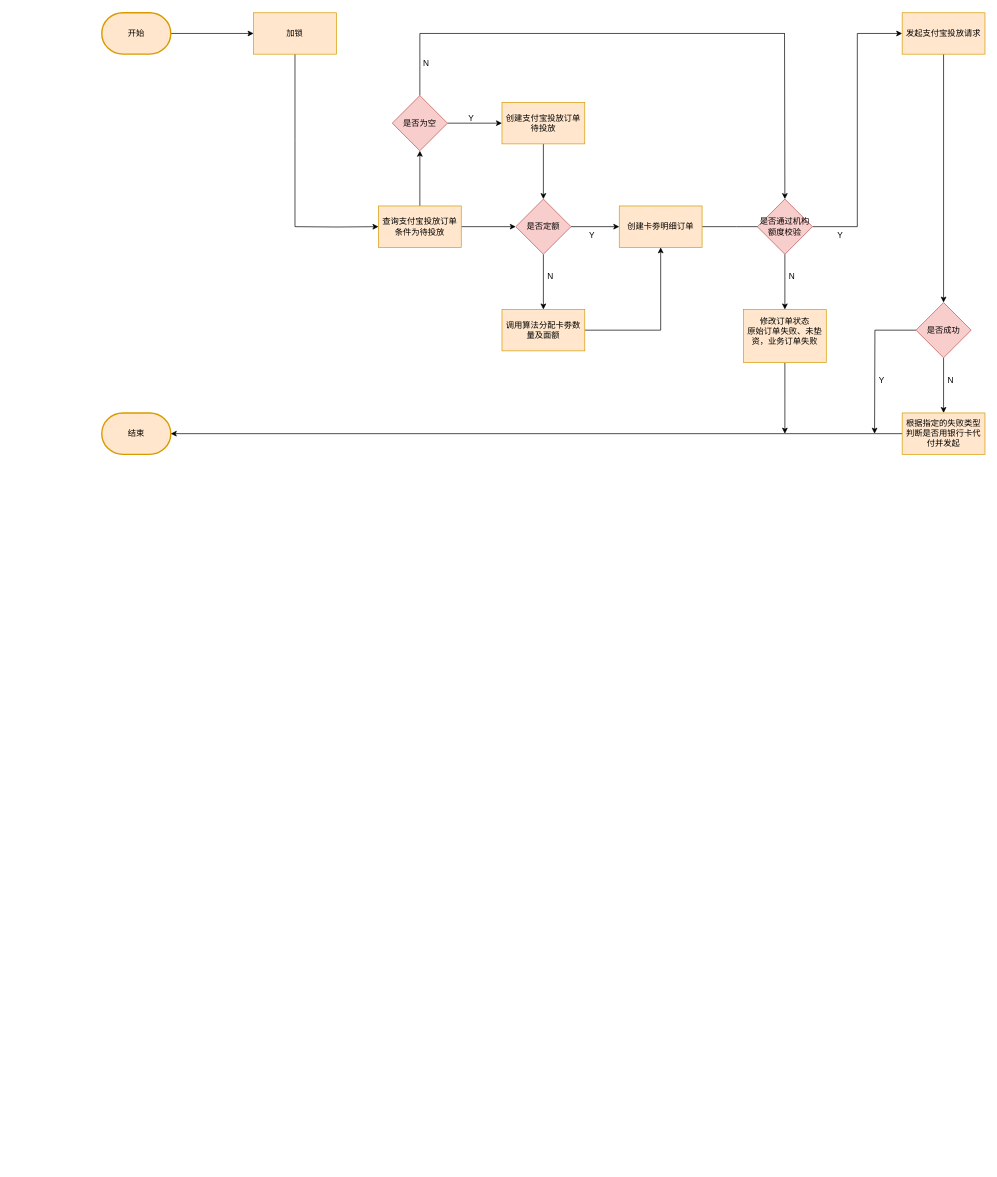
Above: 支付宝投放流程.drawio in Jie33/draw (draw.io), before the change. Source tidied: cells renumbered, new cells numbered last; positions are measured from the earlier drawing's top-left corner, leaving out a move shared by most shapes. Both pictures are drawn from the tidied source at 69%, with x=0, y=0 at pixel (101, 12).
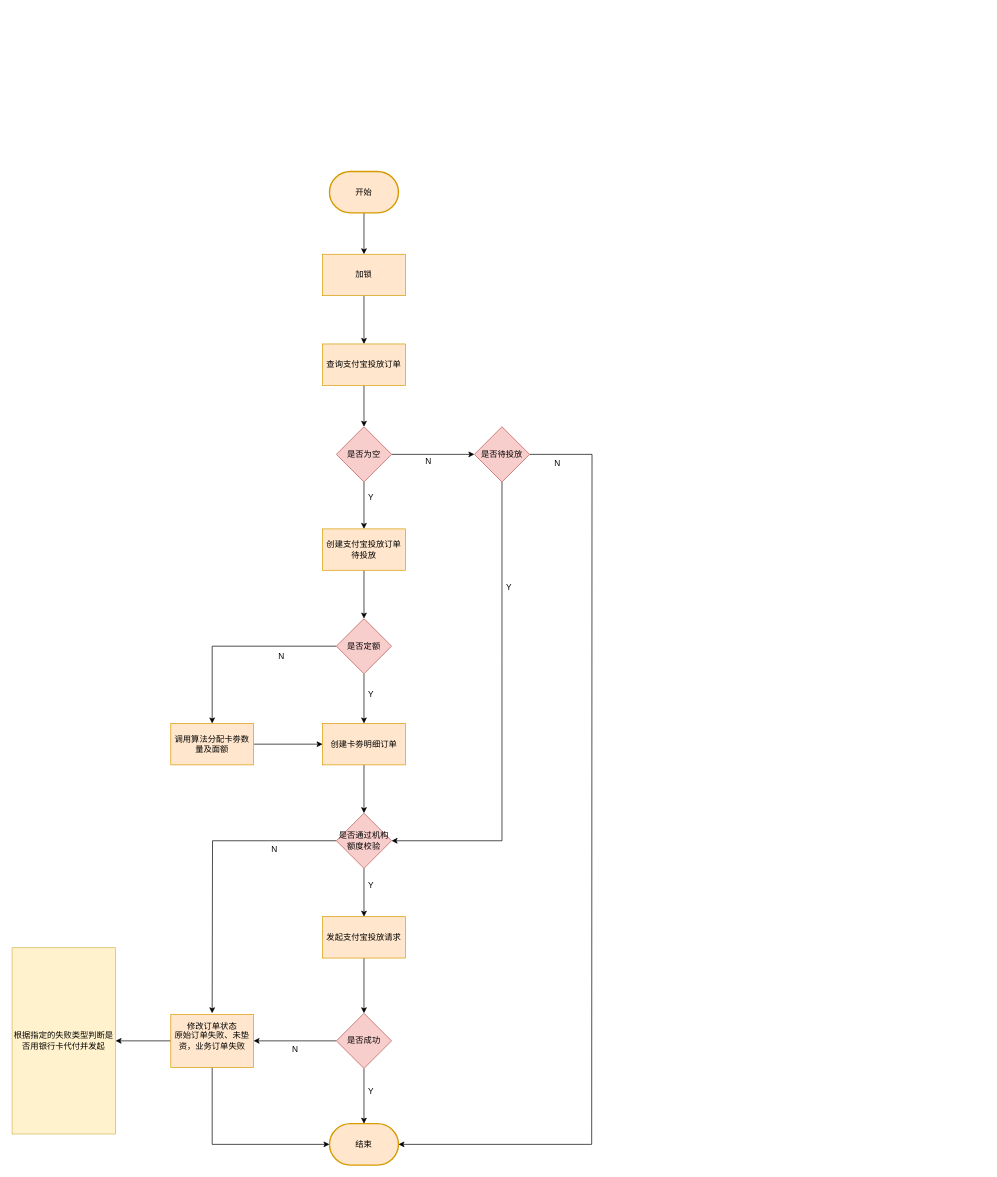
The same page after the edit.

Commit message:
更新支付宝投放流程.drawio

Change to the diagram source:
```diff
@@
     <mxCell id="3" value="开始" style="strokeWidth=2;html=1;shape=mxgraph.flowchart.terminator;whiteSpace=wrap;fillColor=#ffe6cc;strokeColor=#d79b00;" parent="1" vertex="1">
-      <mxGeometry width="100" height="60" as="geometry" />
+      <mxGeometry x="330" y="230" width="100" height="60" as="geometry" />
     </mxCell>
-    <mxCell id="4" style="edgeStyle=orthogonalEdgeStyle;rounded=0;jettySize=auto;html=1;" parent="1" edge="1" source="6" target="11">
-      <mxGeometry relative="1" as="geometry" />
-    </mxCell>
@@
-    <mxCell id="6" value="查询支付宝投放订单&lt;div&gt;条件为待投放&lt;/div&gt;" style="rounded=0;whiteSpace=wrap;html=1;fillColor=#ffe6cc;strokeColor=#d79b00;" parent="1" vertex="1">
-      <mxGeometry x="401" y="280" width="120" height="60" as="geometry" />
+    <mxCell id="6" value="查询支付宝投放订单" style="rounded=0;whiteSpace=wrap;html=1;fillColor=#ffe6cc;strokeColor=#d79b00;" parent="1" vertex="1">
+      <mxGeometry x="320" y="480" width="120" height="60" as="geometry" />
     </mxCell>
-    <mxCell id="7" style="edgeStyle=orthogonalEdgeStyle;rounded=0;jettySize=auto;html=1;" parent="1" edge="1" source="8">
-      <mxGeometry relative="1" as="geometry">
-        <mxPoint x="970" y="310" as="targetPoint" />
-      </mxGeometry>
-    </mxCell>
+    <mxCell id="45" style="edgeStyle=orthogonalEdgeStyle;rounded=0;jettySize=auto;html=1;" parent="1" edge="1" source="8" target="17">
+      <mxGeometry relative="1" as="geometry" />
+    </mxCell>
     <mxCell id="8" value="创建卡劵明细订单" style="rounded=0;whiteSpace=wrap;html=1;fillColor=#ffe6cc;strokeColor=#d79b00;" parent="1" vertex="1">
-      <mxGeometry x="750" y="280" width="120" height="60" as="geometry" />
+      <mxGeometry x="320" y="1030" width="120" height="60" as="geometry" />
     </mxCell>
@@
-    <mxCell id="10" style="edgeStyle=orthogonalEdgeStyle;rounded=0;jettySize=auto;html=1;" parent="1" edge="1" source="11" target="13">
+    <mxCell id="10" style="edgeStyle=orthogonalEdgeStyle;rounded=0;jettySize=auto;html=1;entryX=0.5;entryY=0;entryDx=0;entryDy=0;elbow=vertical;" parent="1" edge="1" source="11" target="13">
       <mxGeometry relative="1" as="geometry" />
     </mxCell>
     <mxCell id="11" value="是否定额" style="rhombus;whiteSpace=wrap;html=1;fillColor=#f8cecc;strokeColor=#b85450;" parent="1" vertex="1">
-      <mxGeometry x="600" y="270" width="80" height="80" as="geometry" />
+      <mxGeometry x="340" y="878" width="80" height="80" as="geometry" />
     </mxCell>
-    <mxCell id="12" style="edgeStyle=orthogonalEdgeStyle;rounded=0;jettySize=auto;html=1;" parent="1" edge="1" source="13" target="8">
+    <mxCell id="12" style="edgeStyle=orthogonalEdgeStyle;rounded=0;jettySize=auto;html=1;entryX=0;entryY=0.5;entryDx=0;entryDy=0;elbow=vertical;" parent="1" edge="1" source="13" target="8">
       <mxGeometry relative="1" as="geometry" />
     </mxCell>
     <mxCell id="13" value="调用算法分配卡劵数量及面额" style="rounded=0;whiteSpace=wrap;html=1;fillColor=#ffe6cc;strokeColor=#d79b00;" parent="1" vertex="1">
-      <mxGeometry x="580" y="430" width="120" height="60" as="geometry" />
+      <mxGeometry x="100" y="1030" width="120" height="60" as="geometry" />
     </mxCell>
     <mxCell id="14" value="结束" style="strokeWidth=2;html=1;shape=mxgraph.flowchart.terminator;whiteSpace=wrap;fillColor=#ffe6cc;strokeColor=#d79b00;" parent="1" vertex="1">
-      <mxGeometry y="580" width="100" height="60" as="geometry" />
+      <mxGeometry x="330" y="1610" width="100" height="60" as="geometry" />
     </mxCell>
-    <mxCell id="15" style="edgeStyle=orthogonalEdgeStyle;rounded=0;jettySize=auto;html=1;" parent="1" edge="1" source="17" target="25">
-      <mxGeometry relative="1" as="geometry" />
-    </mxCell>
-    <mxCell id="16" style="edgeStyle=orthogonalEdgeStyle;rounded=0;jettySize=auto;html=1;entryX=0;entryY=0.5;entryDx=0;entryDy=0;" parent="1" edge="1" source="17" target="19">
+    <mxCell id="16" style="edgeStyle=orthogonalEdgeStyle;rounded=0;jettySize=auto;html=1;" parent="1" edge="1" source="17" target="19">
       <mxGeometry relative="1" as="geometry" />
     </mxCell>
+    <mxCell id="46" style="edgeStyle=orthogonalEdgeStyle;rounded=0;jettySize=auto;html=1;elbow=vertical;" parent="1" edge="1" source="17">
+      <mxGeometry relative="1" as="geometry">
+        <mxPoint x="160" y="1450" as="targetPoint" />
+      </mxGeometry>
+    </mxCell>
     <mxCell id="17" value="是否通过机构额度校验" style="rhombus;whiteSpace=wrap;html=1;fillColor=#f8cecc;strokeColor=#b85450;" parent="1" vertex="1">
-      <mxGeometry x="950" y="270" width="80" height="80" as="geometry" />
+      <mxGeometry x="340" y="1160" width="80" height="80" as="geometry" />
     </mxCell>
@@
     <mxCell id="19" value="发起支付宝投放请求" style="rounded=0;whiteSpace=wrap;html=1;fillColor=#ffe6cc;strokeColor=#d79b00;" parent="1" vertex="1">
-      <mxGeometry x="1160" width="120" height="60" as="geometry" />
+      <mxGeometry x="320" y="1310" width="120" height="60" as="geometry" />
     </mxCell>
-    <mxCell id="20" style="endArrow=classic;html=1;rounded=0;entryX=1;entryY=0.5;entryDx=0;entryDy=0;entryPerimeter=0;exitX=0;exitY=0.5;exitDx=0;exitDy=0;" parent="1" edge="1" source="38" target="14">
-      <mxGeometry relative="1" as="geometry" />
-    </mxCell>
-    <mxCell id="21" style="edgeStyle=orthogonalEdgeStyle;rounded=0;jettySize=auto;html=1;endArrow=none;endFill=0;" parent="1" edge="1" source="22">
-      <mxGeometry relative="1" as="geometry">
-        <mxPoint x="280" y="310" as="targetPoint" />
-      </mxGeometry>
-    </mxCell>
+    <mxCell id="47" style="edgeStyle=orthogonalEdgeStyle;rounded=0;jettySize=auto;html=1;" parent="1" edge="1" source="22" target="6">
+      <mxGeometry relative="1" as="geometry" />
+    </mxCell>
     <mxCell id="22" value="加锁" style="rounded=0;whiteSpace=wrap;html=1;fillColor=#ffe6cc;strokeColor=#d79b00;" parent="1" vertex="1">
-      <mxGeometry x="220" width="120" height="60" as="geometry" />
+      <mxGeometry x="320" y="350" width="120" height="60" as="geometry" />
     </mxCell>
-    <mxCell id="23" style="edgeStyle=orthogonalEdgeStyle;rounded=0;jettySize=auto;html=1;" parent="1" edge="1" target="6">
-      <mxGeometry relative="1" as="geometry">
-        <mxPoint x="280" y="310" as="sourcePoint" />
-      </mxGeometry>
-    </mxCell>
-    <mxCell id="24" style="edgeStyle=orthogonalEdgeStyle;rounded=0;jettySize=auto;html=1;" parent="1" edge="1" source="25">
-      <mxGeometry relative="1" as="geometry">
-        <mxPoint x="990" y="610" as="targetPoint" />
-      </mxGeometry>
-    </mxCell>
+    <mxCell id="48" style="edgeStyle=orthogonalEdgeStyle;rounded=0;jettySize=auto;html=1;elbow=vertical;endArrow=none;endFill=0;" parent="1" edge="1" source="25">
+      <mxGeometry relative="1" as="geometry">
+        <mxPoint x="160" y="1640" as="targetPoint" />
+      </mxGeometry>
+    </mxCell>
+    <mxCell id="49" style="edgeStyle=orthogonalEdgeStyle;rounded=0;jettySize=auto;html=1;elbow=vertical;" parent="1" edge="1" source="25" target="38">
+      <mxGeometry relative="1" as="geometry" />
+    </mxCell>
     <mxCell id="25" value="修改订单状态&lt;div&gt;原始订单失败、未垫资，&lt;span style=&quot;background-color: initial;&quot;&gt;业务订单失败&lt;/span&gt;&lt;/div&gt;&lt;div&gt;&lt;br&gt;&lt;/div&gt;" style="rounded=0;whiteSpace=wrap;html=1;fillColor=#ffe6cc;strokeColor=#d79b00;" parent="1" vertex="1">
-      <mxGeometry x="930" y="430" width="120" height="77" as="geometry" />
+      <mxGeometry x="100" y="1451.5" width="120" height="77" as="geometry" />
     </mxCell>
@@
     <mxCell id="27" value="&lt;div&gt;创建支付宝投放订单&lt;/div&gt;&lt;span style=&quot;background-color: initial;&quot;&gt;待投放&lt;/span&gt;" style="rounded=0;whiteSpace=wrap;html=1;fillColor=#ffe6cc;strokeColor=#d79b00;" parent="1" vertex="1">
-      <mxGeometry x="580" y="130" width="120" height="60" as="geometry" />
+      <mxGeometry x="320" y="748" width="120" height="60" as="geometry" />
     </mxCell>
@@
-    <mxCell id="29" style="edgeStyle=orthogonalEdgeStyle;rounded=0;jettySize=auto;html=1;endArrow=none;endFill=0;" parent="1" edge="1" source="30">
-      <mxGeometry relative="1" as="geometry">
-        <mxPoint x="461" y="30" as="targetPoint" />
-      </mxGeometry>
-    </mxCell>
+    <mxCell id="50" style="edgeStyle=orthogonalEdgeStyle;rounded=0;jettySize=auto;html=1;entryX=0;entryY=0.5;entryDx=0;entryDy=0;" parent="1" edge="1" source="30" target="55">
+      <mxGeometry relative="1" as="geometry" />
+    </mxCell>
     <mxCell id="30" value="是否为空" style="rhombus;whiteSpace=wrap;html=1;fillColor=#f8cecc;strokeColor=#b85450;" parent="1" vertex="1">
-      <mxGeometry x="421" y="120" width="80" height="80" as="geometry" />
+      <mxGeometry x="340" y="600" width="80" height="80" as="geometry" />
     </mxCell>
-    <mxCell id="31" value="Y" style="text;html=1;align=center;verticalAlign=middle;strokeColor=none;fillColor=none;" parent="1" vertex="1">
-      <mxGeometry x="695" y="308" width="30" height="30" as="geometry" />
-    </mxCell>
-    <mxCell id="32" value="N" style="text;html=1;align=center;verticalAlign=middle;strokeColor=none;fillColor=none;" parent="1" vertex="1">
-      <mxGeometry x="635" y="368" width="30" height="30" as="geometry" />
-    </mxCell>
-    <mxCell id="33" value="Y" style="text;html=1;align=center;verticalAlign=middle;strokeColor=none;fillColor=none;" parent="1" vertex="1">
-      <mxGeometry x="1055" y="308" width="30" height="30" as="geometry" />
-    </mxCell>
-    <mxCell id="34" value="N" style="text;html=1;align=center;verticalAlign=middle;strokeColor=none;fillColor=none;" parent="1" vertex="1">
-      <mxGeometry x="985" y="368" width="30" height="30" as="geometry" />
-    </mxCell>
-    <mxCell id="35" style="edgeStyle=orthogonalEdgeStyle;rounded=0;jettySize=auto;html=1;" parent="1" edge="1" source="37">
-      <mxGeometry relative="1" as="geometry">
-        <mxPoint x="1120" y="610" as="targetPoint" />
-      </mxGeometry>
-    </mxCell>
-    <mxCell id="36" style="edgeStyle=orthogonalEdgeStyle;rounded=0;jettySize=auto;html=1;" parent="1" edge="1" source="37" target="38">
-      <mxGeometry relative="1" as="geometry" />
-    </mxCell>
+    <mxCell id="51" style="edgeStyle=orthogonalEdgeStyle;rounded=0;jettySize=auto;html=1;" parent="1" edge="1" source="37" target="14">
+      <mxGeometry relative="1" as="geometry" />
+    </mxCell>
+    <mxCell id="52" style="edgeStyle=orthogonalEdgeStyle;rounded=0;jettySize=auto;html=1;entryX=1;entryY=0.5;entryDx=0;entryDy=0;elbow=vertical;" parent="1" edge="1" source="37" target="25">
+      <mxGeometry relative="1" as="geometry" />
+    </mxCell>
     <mxCell id="37" value="是否成功" style="rhombus;whiteSpace=wrap;html=1;fillColor=#f8cecc;strokeColor=#b85450;" parent="1" vertex="1">
-      <mxGeometry x="1180" y="420" width="80" height="80" as="geometry" />
+      <mxGeometry x="340" y="1450" width="80" height="80" as="geometry" />
     </mxCell>
-    <mxCell id="38" value="根据指定的失败类型判断是否用银行卡代付并发起" style="rounded=0;whiteSpace=wrap;html=1;fillColor=#ffe6cc;strokeColor=#d79b00;" parent="1" vertex="1">
-      <mxGeometry x="1160" y="580" width="120" height="60" as="geometry" />
+    <mxCell id="38" value="根据指定的失败类型判断是否用银行卡代付并发起" style="rounded=0;whiteSpace=wrap;html=1;fillColor=#fff2cc;strokeColor=#d6b656;" parent="1" vertex="1">
+      <mxGeometry x="-130" y="1355" width="150" height="270" as="geometry" />
     </mxCell>
-    <mxCell id="39" value="Y" style="text;html=1;align=center;verticalAlign=middle;strokeColor=none;fillColor=none;" parent="1" vertex="1">
-      <mxGeometry x="1115" y="518" width="30" height="30" as="geometry" />
-    </mxCell>
-    <mxCell id="40" value="N" style="text;html=1;align=center;verticalAlign=middle;strokeColor=none;fillColor=none;" parent="1" vertex="1">
-      <mxGeometry x="1215" y="518" width="30" height="30" as="geometry" />
-    </mxCell>
-    <mxCell id="41" style="endArrow=none;html=1;rounded=0;endFill=0;" parent="1" edge="1">
-      <mxGeometry relative="1" as="geometry">
-        <mxPoint x="461" y="30" as="sourcePoint" />
-        <mxPoint x="990" y="30" as="targetPoint" />
-      </mxGeometry>
-    </mxCell>
-    <mxCell id="42" style="endArrow=classic;html=1;rounded=0;entryX=0.5;entryY=0;entryDx=0;entryDy=0;" parent="1" edge="1" target="17">
-      <mxGeometry relative="1" as="geometry">
-        <mxPoint x="989.5" y="30" as="sourcePoint" />
-      </mxGeometry>
-    </mxCell>
-    <mxCell id="43" value="Y" style="text;html=1;align=center;verticalAlign=middle;strokeColor=none;fillColor=none;" parent="1" vertex="1">
-      <mxGeometry x="520" y="139" width="30" height="30" as="geometry" />
-    </mxCell>
-    <mxCell id="44" value="N" style="text;html=1;align=center;verticalAlign=middle;strokeColor=none;fillColor=none;" parent="1" vertex="1">
-      <mxGeometry x="455" y="58" width="30" height="30" as="geometry" />
-    </mxCell>
+    <mxCell id="53" style="edgeStyle=orthogonalEdgeStyle;rounded=0;jettySize=auto;html=1;elbow=vertical;endArrow=none;endFill=0;" parent="1" edge="1" source="55">
+      <mxGeometry relative="1" as="geometry">
+        <mxPoint x="580" y="1200" as="targetPoint" />
+      </mxGeometry>
+    </mxCell>
+    <mxCell id="54" style="edgeStyle=orthogonalEdgeStyle;rounded=0;jettySize=auto;html=1;elbow=vertical;endArrow=none;endFill=0;" parent="1" edge="1" source="55">
+      <mxGeometry relative="1" as="geometry">
+        <mxPoint x="710" y="1640" as="targetPoint" />
+      </mxGeometry>
+    </mxCell>
+    <mxCell id="55" value="是否待投放" style="rhombus;whiteSpace=wrap;html=1;fillColor=#f8cecc;strokeColor=#b85450;" parent="1" vertex="1">
+      <mxGeometry x="540" y="600" width="80" height="80" as="geometry" />
+    </mxCell>
+    <mxCell id="56" style="endArrow=classic;html=1;rounded=0;elbow=vertical;entryX=1;entryY=0.5;entryDx=0;entryDy=0;" parent="1" edge="1" target="17">
+      <mxGeometry relative="1" as="geometry">
+        <mxPoint x="580" y="1200" as="sourcePoint" />
+      </mxGeometry>
+    </mxCell>
+    <mxCell id="57" style="endArrow=classic;html=1;rounded=0;elbow=vertical;entryX=0;entryY=0.5;entryDx=0;entryDy=0;entryPerimeter=0;" parent="1" edge="1" target="14">
+      <mxGeometry relative="1" as="geometry">
+        <mxPoint x="160" y="1640" as="sourcePoint" />
+      </mxGeometry>
+    </mxCell>
+    <mxCell id="58" style="endArrow=classic;html=1;rounded=0;elbow=vertical;entryX=1;entryY=0.5;entryDx=0;entryDy=0;entryPerimeter=0;" parent="1" edge="1" target="14">
+      <mxGeometry relative="1" as="geometry">
+        <mxPoint x="710" y="1640" as="sourcePoint" />
+      </mxGeometry>
+    </mxCell>
+    <mxCell id="59" value="N" style="text;html=1;align=center;verticalAlign=middle;strokeColor=none;fillColor=none;" parent="1" vertex="1">
+      <mxGeometry x="458" y="636" width="30" height="30" as="geometry" />
+    </mxCell>
+    <mxCell id="60" value="Y" style="text;html=1;align=center;verticalAlign=middle;strokeColor=none;fillColor=none;" parent="1" vertex="1">
+      <mxGeometry x="375" y="688" width="30" height="30" as="geometry" />
+    </mxCell>
+    <mxCell id="61" value="Y" style="text;html=1;align=center;verticalAlign=middle;strokeColor=none;fillColor=none;" parent="1" vertex="1">
+      <mxGeometry x="375" y="973" width="30" height="30" as="geometry" />
+    </mxCell>
+    <mxCell id="62" value="N" style="text;html=1;align=center;verticalAlign=middle;strokeColor=none;fillColor=none;" parent="1" vertex="1">
+      <mxGeometry x="245" y="918" width="30" height="30" as="geometry" />
+    </mxCell>
+    <mxCell id="63" value="Y" style="text;html=1;align=center;verticalAlign=middle;strokeColor=none;fillColor=none;" parent="1" vertex="1">
+      <mxGeometry x="375" y="1250" width="30" height="30" as="geometry" />
+    </mxCell>
+    <mxCell id="64" value="N" style="text;html=1;align=center;verticalAlign=middle;strokeColor=none;fillColor=none;" parent="1" vertex="1">
+      <mxGeometry x="235" y="1198" width="30" height="30" as="geometry" />
+    </mxCell>
+    <mxCell id="65" value="Y" style="text;html=1;align=center;verticalAlign=middle;strokeColor=none;fillColor=none;" parent="1" vertex="1">
+      <mxGeometry x="375" y="1548" width="30" height="30" as="geometry" />
+    </mxCell>
+    <mxCell id="66" value="N" style="text;html=1;align=center;verticalAlign=middle;strokeColor=none;fillColor=none;" parent="1" vertex="1">
+      <mxGeometry x="265" y="1488" width="30" height="30" as="geometry" />
+    </mxCell>
+    <mxCell id="67" value="Y" style="text;html=1;align=center;verticalAlign=middle;strokeColor=none;fillColor=none;" parent="1" vertex="1">
+      <mxGeometry x="575" y="818" width="30" height="30" as="geometry" />
+    </mxCell>
+    <mxCell id="68" value="N" style="text;html=1;align=center;verticalAlign=middle;strokeColor=none;fillColor=none;" parent="1" vertex="1">
+      <mxGeometry x="645" y="638" width="30" height="30" as="geometry" />
+    </mxCell>
```
